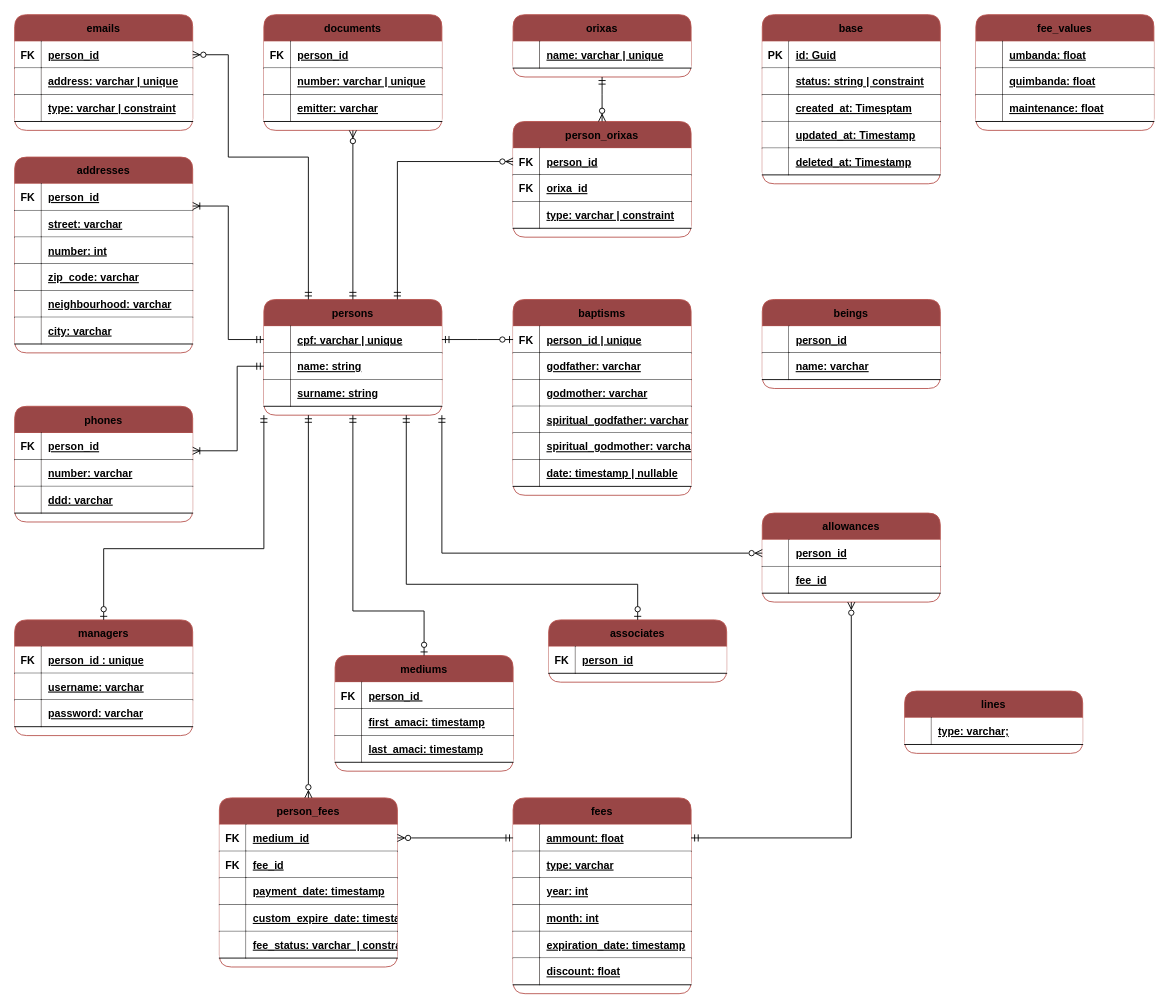
hbenvenutti/Lira keeps this draw.io diagram as Database.drawio. Above is the earlier version. Source tidied: cells renumbered, new cells numbered last; positions are measured from the earlier drawing's top-left corner, leaving out a move shared by most shapes. Both pictures are drawn from the tidied source at 89%, with x=0, y=0 at pixel (14, 14).
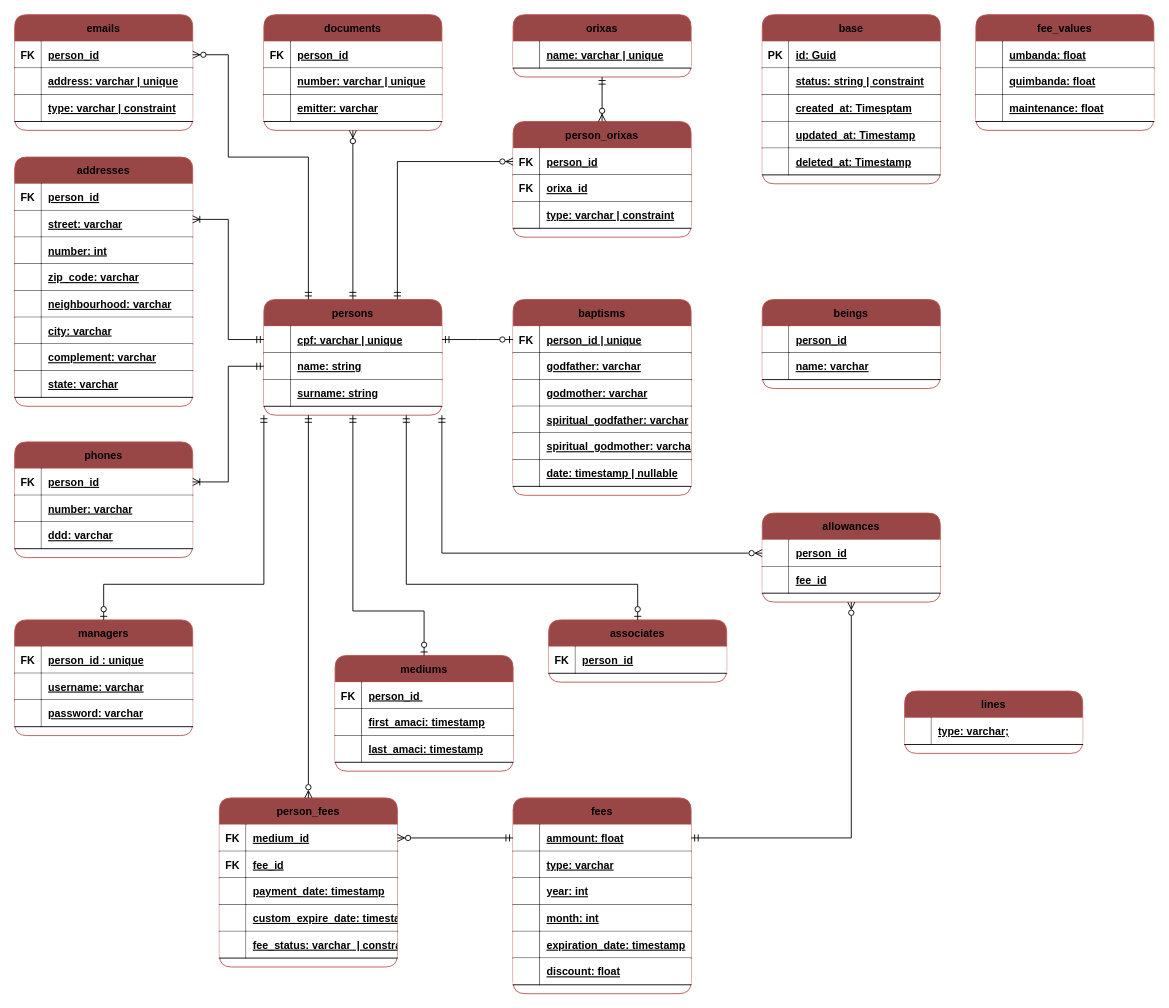
Above is the later version.

Unchanged cells that the change refers to:
```xml
<mxCell id="2" value="persons" style="shape=table;startSize=30;childLayout=tableLayout;rowLines=0;fontStyle=1;align=center;fillColor=#994646;strokeColor=#b85450;rounded=1;gradientColor=none;" parent="1" vertex="1">
  <mxGeometry x="280" y="320" width="200" height="130" as="geometry" />
</mxCell>
<mxCell id="3" style="shape=tableRow;horizontal=0;startSize=0;swimlaneHead=0;swimlaneBody=0;fillColor=none;points=[[0,0.5],[1,0.5]];portConstraint=eastwest;top=0;left=0;right=0;bottom=0;" parent="2" vertex="1">
  <mxGeometry y="30" width="200" height="30" as="geometry" />
</mxCell>
<mxCell id="6" style="shape=tableRow;horizontal=0;startSize=0;swimlaneHead=0;swimlaneBody=0;fillColor=none;points=[[0,0.5],[1,0.5]];portConstraint=eastwest;top=0;left=0;right=0;bottom=0;" parent="2" vertex="1">
  <mxGeometry y="60" width="200" height="30" as="geometry" />
</mxCell>
<mxCell id="38" value="managers" style="shape=table;startSize=30;childLayout=tableLayout;rowLines=0;fontStyle=1;align=center;fillColor=#994646;strokeColor=#b85450;rounded=1;gradientColor=none;" parent="1" vertex="1">
  <mxGeometry y="680" width="200" height="130" as="geometry" />
</mxCell>
<mxCell id="82" style="shape=tableRow;horizontal=0;startSize=0;swimlaneHead=0;swimlaneBody=0;fillColor=none;points=[[0,0.5],[1,0.5]];portConstraint=eastwest;top=0;left=0;right=0;bottom=0;" parent="81" vertex="1">
  <mxGeometry y="30" width="200" height="30" as="geometry" />
</mxCell>
```

Diff of the diagram source:
```diff
@@
     <mxCell id="62" value="addresses" style="shape=table;startSize=30;childLayout=tableLayout;rowLines=0;fontStyle=1;align=center;fillColor=#994646;strokeColor=#b85450;rounded=1;gradientColor=none;" parent="1" vertex="1">
-      <mxGeometry y="160" width="200" height="220" as="geometry" />
+      <mxGeometry y="160" width="200" height="280" as="geometry" />
     </mxCell>
@@
+    <mxCell id="211" style="shape=tableRow;horizontal=0;startSize=0;swimlaneHead=0;swimlaneBody=0;fillColor=none;top=0;left=0;right=0;bottom=0;" parent="62" vertex="1">
+      <mxGeometry y="210" width="200" height="30" as="geometry" />
+    </mxCell>
+    <mxCell id="212" style="shape=partialRectangle;top=0;left=0;bottom=1;right=1;overflow=hidden;fontStyle=1;" parent="211" vertex="1">
+      <mxGeometry width="30" height="30" as="geometry" />
+    </mxCell>
+    <mxCell id="213" value="complement: varchar" style="shape=partialRectangle;top=0;left=0;bottom=1;right=0;align=left;spacingLeft=6;overflow=hidden;fontStyle=5;" parent="211" vertex="1">
+      <mxGeometry x="30" width="170" height="30" as="geometry" />
+    </mxCell>
+    <mxCell id="214" style="shape=tableRow;horizontal=0;startSize=0;swimlaneHead=0;swimlaneBody=0;fillColor=none;top=0;left=0;right=0;bottom=0;" parent="62" vertex="1">
+      <mxGeometry y="240" width="200" height="30" as="geometry" />
+    </mxCell>
+    <mxCell id="215" style="shape=partialRectangle;top=0;left=0;bottom=1;right=1;overflow=hidden;fontStyle=1;" parent="214" vertex="1">
+      <mxGeometry width="30" height="30" as="geometry" />
+    </mxCell>
+    <mxCell id="216" value="state: varchar" style="shape=partialRectangle;top=0;left=0;bottom=1;right=0;align=left;spacingLeft=6;overflow=hidden;fontStyle=5;" parent="214" vertex="1">
+      <mxGeometry x="30" width="170" height="30" as="geometry" />
+    </mxCell>
     <mxCell id="81" value="phones" style="shape=table;startSize=30;childLayout=tableLayout;rowLines=0;fontStyle=1;align=center;fillColor=#994646;strokeColor=#b85450;rounded=1;gradientColor=none;" parent="1" vertex="1">
-      <mxGeometry y="440" width="200" height="130" as="geometry" />
+      <mxGeometry y="480" width="200" height="130" as="geometry" />
     </mxCell>
@@
     <mxCell id="122" style="edgeStyle=orthogonalEdgeStyle;fontSize=12;html=1;endArrow=ERzeroToOne;startArrow=ERmandOne;rounded=0;elbow=vertical;entryX=0.5;entryY=0;entryDx=0;entryDy=0;exitX=0;exitY=1;exitDx=0;exitDy=0;" parent="1" edge="1" source="2" target="38">
       <mxGeometry relative="1" as="geometry">
         <Array as="points">
-          <mxPoint x="280" y="600" />
-          <mxPoint x="100" y="600" />
+          <mxPoint x="280" y="640" />
+          <mxPoint x="100" y="640" />
         </Array>
       </mxGeometry>
     </mxCell>
@@
     <mxCell id="141" style="edgeStyle=orthogonalEdgeStyle;fontSize=12;html=1;endArrow=ERoneToMany;startArrow=ERmandOne;rounded=0;entryX=1;entryY=0.25;entryDx=0;entryDy=0;exitX=0;exitY=0.5;exitDx=0;exitDy=0;endFill=0;" parent="1" edge="1" source="3" target="62">
       <mxGeometry relative="1" as="geometry">
         <Array as="points">
           <mxPoint x="240" y="365" />
-          <mxPoint x="240" y="215" />
+          <mxPoint x="240" y="230" />
         </Array>
       </mxGeometry>
     </mxCell>
@@
-    <mxCell id="143" style="edgeStyle=orthogonalEdgeStyle;fontSize=12;html=1;endArrow=ERoneToMany;startArrow=ERmandOne;rounded=0;endFill=0;exitX=0;exitY=0.5;exitDx=0;exitDy=0;" parent="1" edge="1" source="6">
+    <mxCell id="143" style="edgeStyle=orthogonalEdgeStyle;fontSize=12;html=1;endArrow=ERoneToMany;startArrow=ERmandOne;rounded=0;endFill=0;exitX=0;exitY=0.5;exitDx=0;exitDy=0;entryX=1;entryY=0.5;entryDx=0;entryDy=0;" parent="1" edge="1" source="6" target="82">
       <mxGeometry relative="1" as="geometry">
-        <mxPoint x="200" y="490" as="targetPoint" />
         <Array as="points">
-          <mxPoint x="250" y="395" />
-          <mxPoint x="250" y="490" />
+          <mxPoint x="240" y="395" />
+          <mxPoint x="240" y="525" />
         </Array>
       </mxGeometry>
     </mxCell>
```
